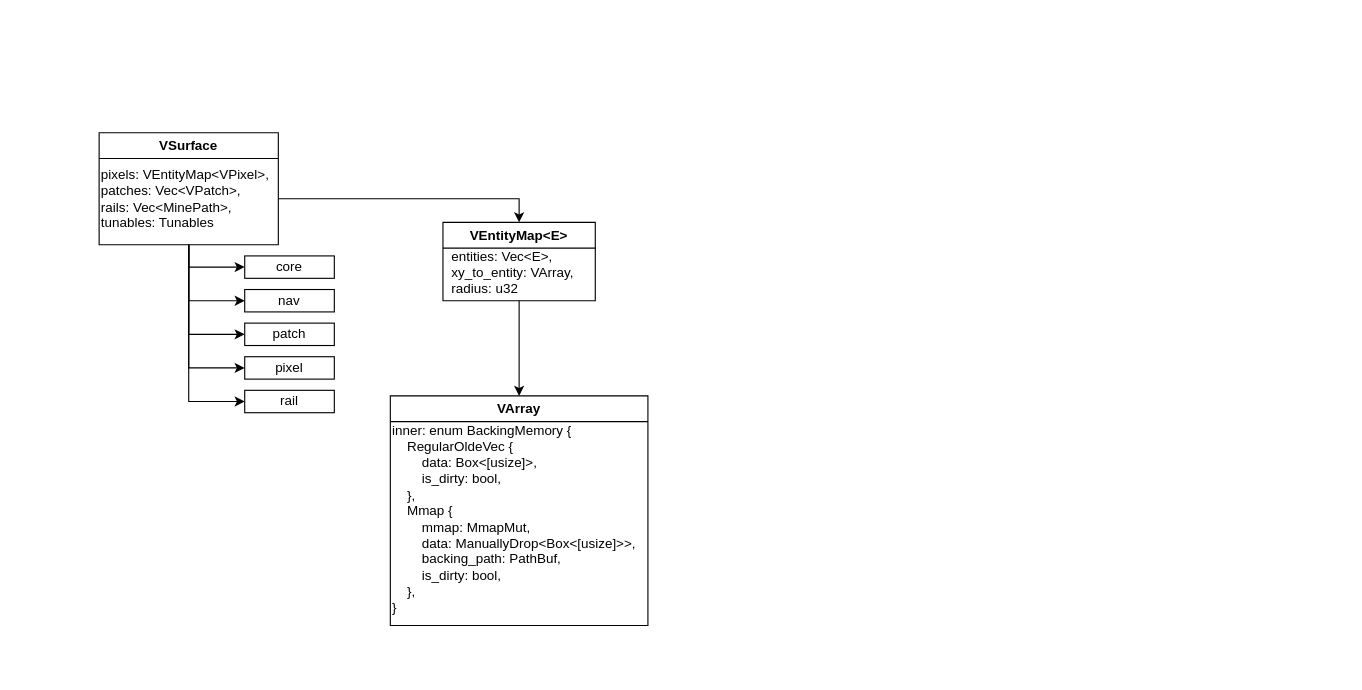
Above: facto-loop-miner.drawio in TheLQ/tako-diagrams (draw.io), before the change. Source tidied: cells renumbered, new cells numbered last; positions are measured from the earlier drawing's top-left corner, leaving out a move shared by most shapes. Both pictures are drawn from the tidied source at 112%, with x=0, y=0 at pixel (99, 132).
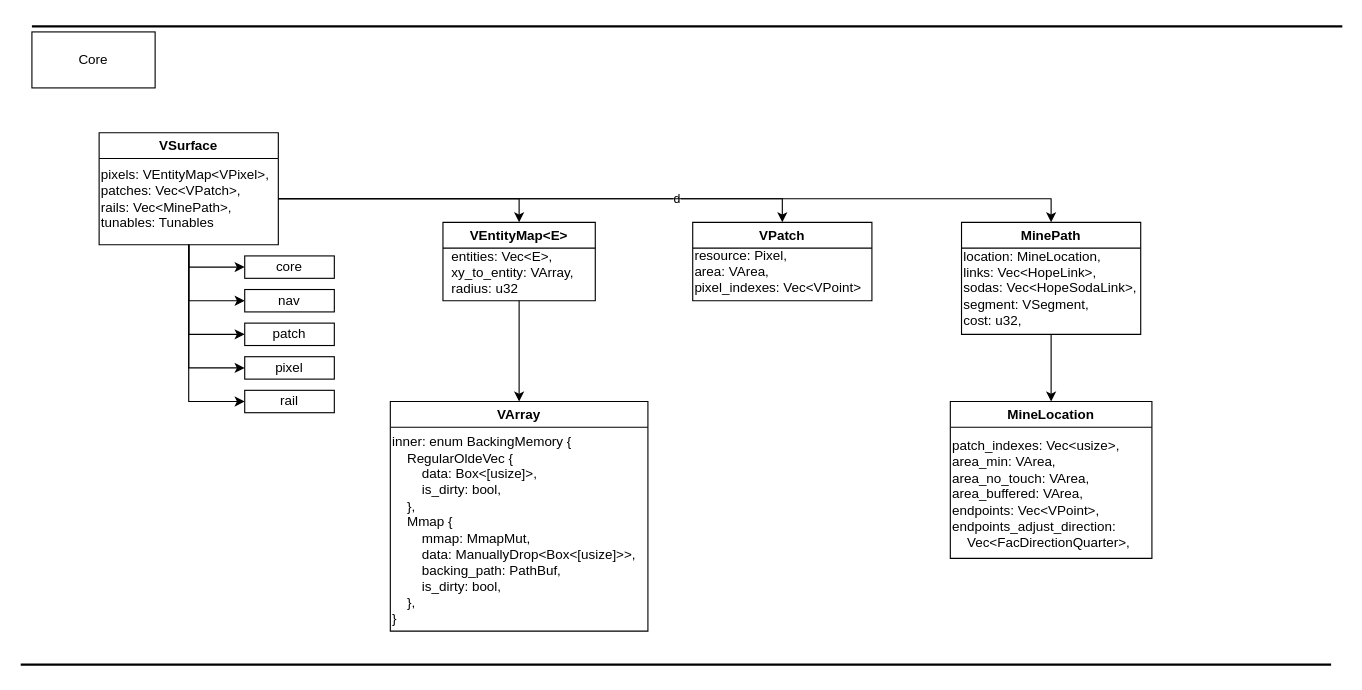
After the change.

Commit message:
facto: core section

The change refers to these unchanged cells:
```xml
<mxCell id="8" value="&lt;div&gt;pixels: VEntityMap&amp;lt;VPixel&amp;gt;,&lt;/div&gt;&lt;div&gt;patches: Vec&amp;lt;VPatch&amp;gt;,&lt;/div&gt;&lt;div&gt;rails: Vec&amp;lt;MinePath&amp;gt;,&lt;/div&gt;&lt;div&gt;tunables: Tunables&lt;/div&gt;" style="text;html=1;align=left;verticalAlign=middle;whiteSpace=wrap;rounded=0;" parent="7" vertex="1">
  <mxGeometry y="28" width="160" height="62" as="geometry" />
</mxCell>
```

What changed in the source:
```diff
@@
+    <mxCell id="20" value="d" style="edgeStyle=orthogonalEdgeStyle;rounded=0;jettySize=auto;html=1;entryX=0.5;entryY=0;entryDx=0;entryDy=0;exitX=1;exitY=0.5;exitDx=0;exitDy=0;" parent="1" edge="1" source="8" target="26">
+      <mxGeometry relative="1" as="geometry" />
+    </mxCell>
@@
-    <mxCell id="17" value="&lt;div align=&quot;left&quot;&gt;inner: enum BackingMemory {&lt;/div&gt;&lt;div align=&quot;left&quot;&gt;&amp;nbsp; &amp;nbsp; RegularOldeVec {&lt;br&gt;&amp;nbsp; &amp;nbsp; &amp;nbsp; &amp;nbsp; data: Box&amp;lt;[usize]&amp;gt;,&lt;br&gt;&amp;nbsp; &amp;nbsp; &amp;nbsp; &amp;nbsp; is_dirty: bool,&lt;br&gt;&amp;nbsp; &amp;nbsp; },&lt;br&gt;&amp;nbsp; &amp;nbsp; Mmap {&lt;br&gt;&amp;nbsp; &amp;nbsp; &amp;nbsp; &amp;nbsp; mmap: MmapMut,&lt;br&gt;&amp;nbsp; &amp;nbsp; &amp;nbsp; &amp;nbsp; data: ManuallyDrop&amp;lt;Box&amp;lt;[usize]&amp;gt;&amp;gt;,&lt;br&gt;&amp;nbsp; &amp;nbsp; &amp;nbsp; &amp;nbsp; backing_path: PathBuf,&lt;br&gt;&amp;nbsp; &amp;nbsp; &amp;nbsp; &amp;nbsp; is_dirty: bool,&lt;br&gt;&amp;nbsp; &amp;nbsp; },&lt;/div&gt;&lt;div align=&quot;left&quot;&gt;}&amp;nbsp;&lt;/div&gt;" style="text;html=1;whiteSpace=wrap;strokeColor=none;fillColor=none;align=left;verticalAlign=middle;rounded=0;" parent="1" vertex="1">
-      <mxGeometry x="260" y="260" width="230" height="170" as="geometry" />
-    </mxCell>
@@
     <mxCell id="19" value="VArray" style="swimlane;whiteSpace=wrap;html=1;" parent="1" vertex="1">
-      <mxGeometry x="260" y="235" width="230" height="205" as="geometry" />
+      <mxGeometry x="260" y="240" width="230" height="205" as="geometry" />
     </mxCell>
+    <mxCell id="17" value="&lt;div align=&quot;left&quot;&gt;inner: enum BackingMemory {&lt;/div&gt;&lt;div align=&quot;left&quot;&gt;&amp;nbsp; &amp;nbsp; RegularOldeVec {&lt;br&gt;&amp;nbsp; &amp;nbsp; &amp;nbsp; &amp;nbsp; data: Box&amp;lt;[usize]&amp;gt;,&lt;br&gt;&amp;nbsp; &amp;nbsp; &amp;nbsp; &amp;nbsp; is_dirty: bool,&lt;br&gt;&amp;nbsp; &amp;nbsp; },&lt;br&gt;&amp;nbsp; &amp;nbsp; Mmap {&lt;br&gt;&amp;nbsp; &amp;nbsp; &amp;nbsp; &amp;nbsp; mmap: MmapMut,&lt;br&gt;&amp;nbsp; &amp;nbsp; &amp;nbsp; &amp;nbsp; data: ManuallyDrop&amp;lt;Box&amp;lt;[usize]&amp;gt;&amp;gt;,&lt;br&gt;&amp;nbsp; &amp;nbsp; &amp;nbsp; &amp;nbsp; backing_path: PathBuf,&lt;br&gt;&amp;nbsp; &amp;nbsp; &amp;nbsp; &amp;nbsp; is_dirty: bool,&lt;br&gt;&amp;nbsp; &amp;nbsp; },&lt;/div&gt;&lt;div align=&quot;left&quot;&gt;}&amp;nbsp;&lt;/div&gt;" style="text;html=1;whiteSpace=wrap;strokeColor=none;fillColor=none;align=left;verticalAlign=middle;rounded=0;" parent="19" vertex="1">
+      <mxGeometry y="30" width="230" height="170" as="geometry" />
+    </mxCell>
+    <mxCell id="21" style="edgeStyle=orthogonalEdgeStyle;rounded=0;jettySize=auto;html=1;entryX=0.5;entryY=0;entryDx=0;entryDy=0;" parent="1" edge="1" source="8" target="23">
+      <mxGeometry relative="1" as="geometry" />
+    </mxCell>
+    <mxCell id="22" style="group;" parent="1" vertex="1">
+      <mxGeometry x="530" y="80" width="160" height="70" as="geometry" />
+    </mxCell>
+    <mxCell id="23" value="VPatch" style="swimlane;whiteSpace=wrap;html=1;" parent="22" vertex="1">
+      <mxGeometry width="160" height="70" as="geometry" />
+    </mxCell>
+    <mxCell id="24" value="&lt;div&gt;resource: Pixel,&lt;/div&gt;&lt;div&gt;area: VArea,&lt;/div&gt;&lt;div&gt;pixel_indexes: Vec&amp;lt;VPoint&amp;gt;&lt;/div&gt;" style="text;html=1;whiteSpace=wrap;strokeColor=none;fillColor=none;align=left;verticalAlign=middle;rounded=0;" parent="22" vertex="1">
+      <mxGeometry y="17.5" width="160" height="52.5" as="geometry" />
+    </mxCell>
+    <mxCell id="25" style="edgeStyle=orthogonalEdgeStyle;rounded=0;jettySize=auto;html=1;" parent="1" edge="1" source="26" target="28">
+      <mxGeometry relative="1" as="geometry" />
+    </mxCell>
+    <mxCell id="26" value="MinePath" style="swimlane;whiteSpace=wrap;html=1;" parent="1" vertex="1">
+      <mxGeometry x="770" y="80" width="160" height="100" as="geometry" />
+    </mxCell>
+    <mxCell id="27" value="location: MineLocation,&lt;br&gt;links: Vec&amp;lt;HopeLink&amp;gt;,&lt;br&gt;sodas: Vec&amp;lt;HopeSodaLink&amp;gt;,&lt;br&gt;segment: VSegment,&lt;br&gt;cost: u32," style="text;html=1;align=left;verticalAlign=middle;whiteSpace=wrap;rounded=0;" parent="26" vertex="1">
+      <mxGeometry y="28" width="160" height="62" as="geometry" />
+    </mxCell>
+    <mxCell id="28" value="MineLocation" style="swimlane;whiteSpace=wrap;html=1;" parent="1" vertex="1">
+      <mxGeometry x="760" y="240" width="180" height="140" as="geometry" />
+    </mxCell>
+    <mxCell id="29" value="patch_indexes: Vec&amp;lt;usize&amp;gt;,&lt;br&gt;area_min: VArea,&lt;br&gt;area_no_touch: VArea,&lt;br&gt;area_buffered: VArea,&lt;br&gt;endpoints: Vec&amp;lt;VPoint&amp;gt;,&lt;br&gt;&lt;div&gt;endpoints_adjust_direction:&amp;nbsp;&lt;/div&gt;&lt;div&gt;&amp;nbsp; &amp;nbsp; Vec&amp;lt;FacDirectionQuarter&amp;gt;,&lt;/div&gt;&lt;div&gt;&lt;br&gt;&lt;/div&gt;" style="text;html=1;align=left;verticalAlign=middle;whiteSpace=wrap;rounded=0;" parent="28" vertex="1">
+      <mxGeometry y="30" width="240" height="120" as="geometry" />
+    </mxCell>
+    <mxCell id="30" style="line;strokeWidth=2;html=1;" parent="1" vertex="1">
+      <mxGeometry x="-60" y="-100" width="1170" height="10" as="geometry" />
+    </mxCell>
+    <mxCell id="31" style="line;strokeWidth=2;html=1;" parent="1" vertex="1">
+      <mxGeometry x="-70" y="470" width="1170" height="10" as="geometry" />
+    </mxCell>
+    <mxCell id="32" value="Core" style="html=1;whiteSpace=wrap;" parent="1" vertex="1">
+      <mxGeometry x="-60" y="-90" width="110" height="50" as="geometry" />
+    </mxCell>
```
